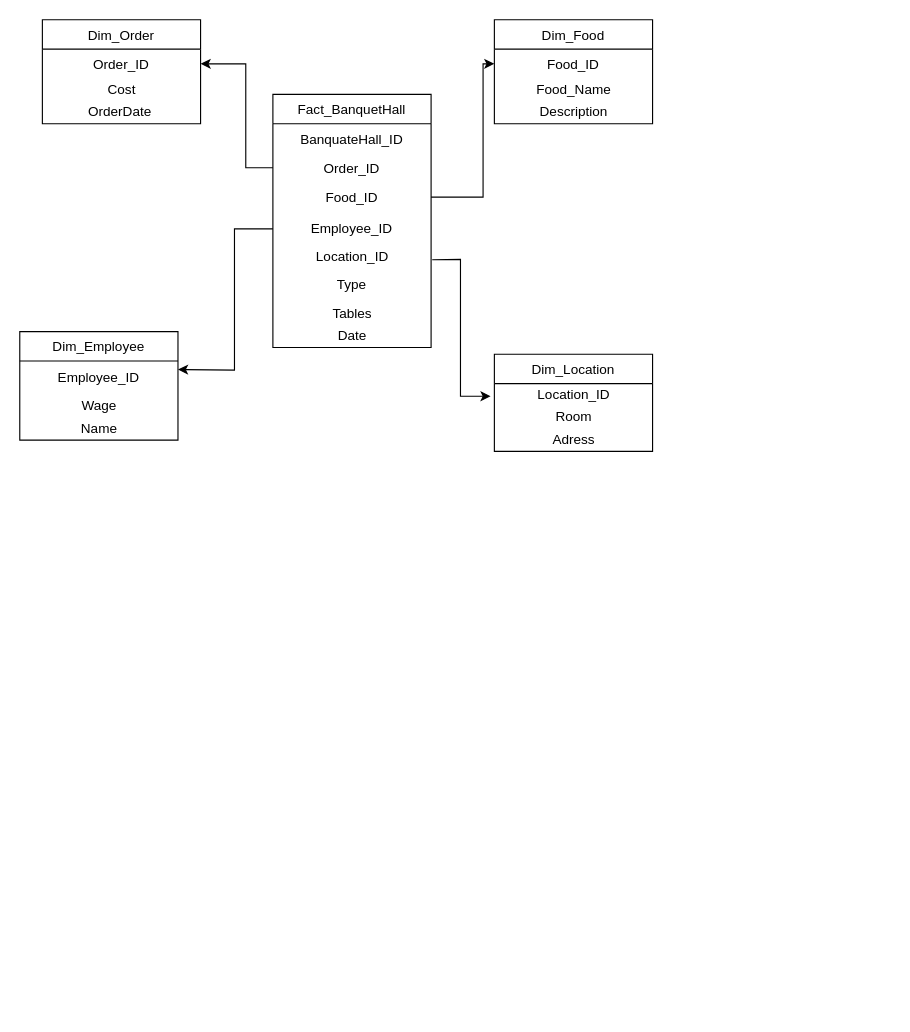
Above: Untitled Diagram.drawio in Tokiboyo/Tokiboyo (draw.io), before the change. Source tidied: cells renumbered, new cells numbered last; positions are measured from the earlier drawing's top-left corner, leaving out a move shared by most shapes. Both pictures are drawn from the tidied source at 113%, with x=0, y=0 at pixel (19, 19).
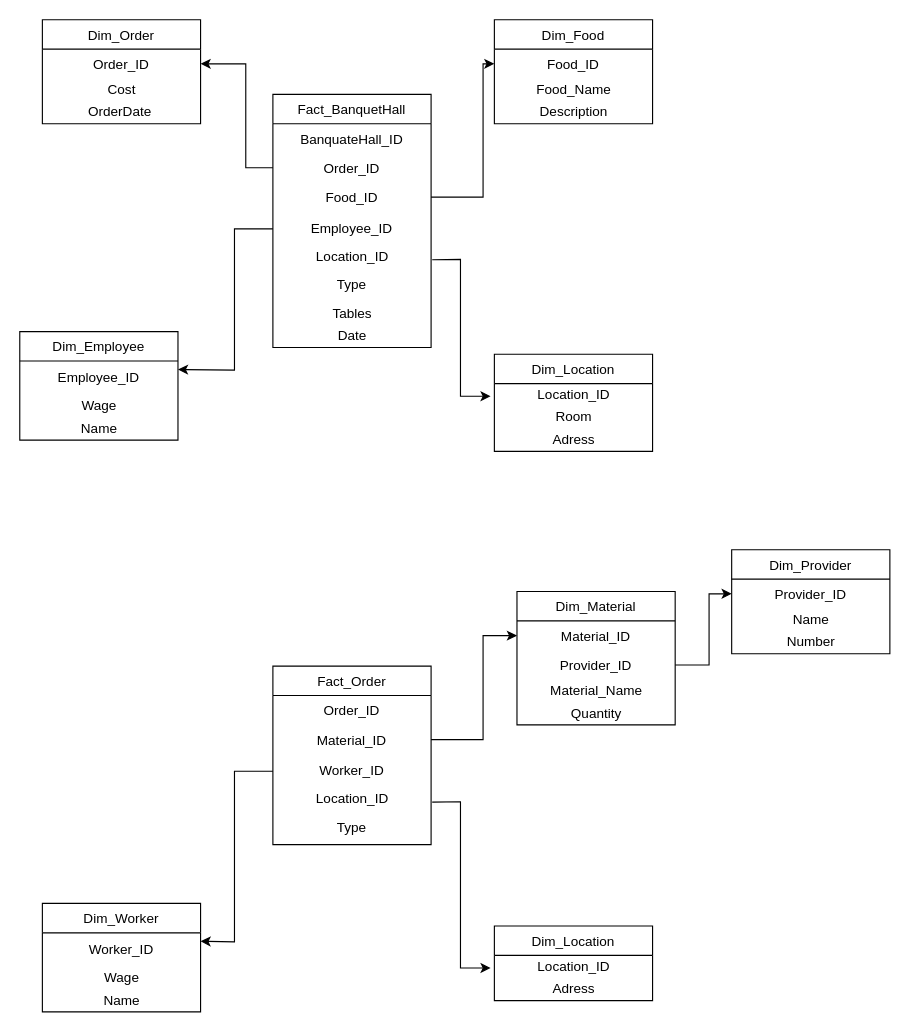
Above is the later version.

Diff of the diagram source:
```diff
@@
+    <mxCell id="31" value="Fact_Order" style="swimlane;fontStyle=0;horizontal=1;startSize=26;fillColor=none;" parent="1" vertex="1">
+      <mxGeometry x="224" y="572" width="140" height="158" as="geometry" />
+    </mxCell>
+    <mxCell id="32" value="Order_ID" style="text;strokeColor=none;fillColor=none;align=center;verticalAlign=top;spacingLeft=4;spacingRight=4;overflow=hidden;" parent="31" vertex="1">
+      <mxGeometry y="26" width="140" height="26" as="geometry" />
+    </mxCell>
+    <mxCell id="33" value="Material_ID&#10;" style="text;strokeColor=none;fillColor=none;align=center;verticalAlign=top;spacingLeft=4;spacingRight=4;overflow=hidden;points=[[0,0.5],[1,0.5]];portConstraint=eastwest;" parent="31" vertex="1">
+      <mxGeometry y="52" width="140" height="26" as="geometry" />
+    </mxCell>
+    <mxCell id="34" value="Worker_ID" style="text;html=1;strokeColor=none;fillColor=none;align=center;verticalAlign=middle;whiteSpace=wrap;rounded=0;" parent="31" vertex="1">
+      <mxGeometry y="78" width="140" height="30" as="geometry" />
+    </mxCell>
+    <mxCell id="35" value="Location_ID" style="text;html=1;align=center;verticalAlign=middle;points=[];strokeColor=none;fillColor=none;" parent="31" vertex="1">
+      <mxGeometry y="108" width="140" height="20" as="geometry" />
+    </mxCell>
+    <mxCell id="36" value="Type&lt;br&gt;" style="text;html=1;strokeColor=none;fillColor=none;align=center;verticalAlign=middle;whiteSpace=wrap;rounded=0;" parent="31" vertex="1">
+      <mxGeometry y="128" width="140" height="30" as="geometry" />
+    </mxCell>
+    <mxCell id="37" value="Dim_Worker" style="swimlane;fontStyle=0;horizontal=1;startSize=26;fillColor=none;" parent="1" vertex="1">
+      <mxGeometry x="20" y="782" width="140" height="96" as="geometry" />
+    </mxCell>
+    <mxCell id="38" value="Worker_ID" style="text;html=1;strokeColor=none;fillColor=none;align=center;verticalAlign=middle;whiteSpace=wrap;rounded=0;" parent="37" vertex="1">
+      <mxGeometry y="26" width="140" height="30" as="geometry" />
+    </mxCell>
+    <mxCell id="39" value="Wage" style="text;html=1;align=center;verticalAlign=middle;strokeColor=none;fillColor=none;" parent="37" vertex="1">
+      <mxGeometry y="56" width="140" height="20" as="geometry" />
+    </mxCell>
+    <mxCell id="40" value="Name&lt;br&gt;" style="text;html=1;align=center;verticalAlign=middle;strokeColor=none;fillColor=none;" parent="37" vertex="1">
+      <mxGeometry y="76" width="140" height="20" as="geometry" />
+    </mxCell>
+    <mxCell id="41" value="Dim_Location" style="swimlane;fontStyle=0;horizontal=1;startSize=26;fillColor=none;" parent="1" vertex="1">
+      <mxGeometry x="420" y="802" width="140" height="66" as="geometry" />
+    </mxCell>
+    <mxCell id="42" value="Location_ID" style="text;html=1;align=center;verticalAlign=middle;points=[];strokeColor=none;fillColor=none;" parent="41" vertex="1">
+      <mxGeometry y="26" width="140" height="20" as="geometry" />
+    </mxCell>
+    <mxCell id="43" value="Adress" style="text;html=1;align=center;verticalAlign=middle;strokeColor=none;fillColor=none;" parent="41" vertex="1">
+      <mxGeometry y="46" width="140" height="20" as="geometry" />
+    </mxCell>
+    <mxCell id="44" value="Dim_Material" style="swimlane;fontStyle=0;horizontal=1;startSize=26;fillColor=none;" parent="1" vertex="1">
+      <mxGeometry x="440" y="506" width="140" height="118" as="geometry" />
+    </mxCell>
+    <mxCell id="45" value="Material_ID&#10;" style="text;strokeColor=none;fillColor=none;align=center;verticalAlign=top;spacingLeft=4;spacingRight=4;overflow=hidden;points=[[0,0.5],[1,0.5]];portConstraint=eastwest;" parent="44" vertex="1">
+      <mxGeometry y="26" width="140" height="26" as="geometry" />
+    </mxCell>
+    <mxCell id="46" value="Provider_ID&#10;" style="text;strokeColor=none;fillColor=none;align=center;verticalAlign=top;spacingLeft=4;spacingRight=4;overflow=hidden;points=[[0,0.5],[1,0.5]];portConstraint=eastwest;" parent="44" vertex="1">
+      <mxGeometry y="52" width="140" height="26" as="geometry" />
+    </mxCell>
+    <mxCell id="47" value="Material_Name" style="text;html=1;align=center;verticalAlign=middle;strokeColor=none;fillColor=none;" parent="44" vertex="1">
+      <mxGeometry y="78" width="140" height="20" as="geometry" />
+    </mxCell>
+    <mxCell id="48" value="Quantity" style="text;html=1;align=center;verticalAlign=middle;strokeColor=none;fillColor=none;" parent="44" vertex="1">
+      <mxGeometry y="98" width="140" height="20" as="geometry" />
+    </mxCell>
+    <mxCell id="49" style="endArrow=classic;html=1;rounded=0;exitX=1.007;exitY=0.617;exitDx=0;exitDy=0;exitPerimeter=0;entryX=-0.024;entryY=0.558;entryDx=0;entryDy=0;entryPerimeter=0;" parent="1" edge="1" source="35" target="42">
+      <mxGeometry relative="1" as="geometry">
+        <Array as="points">
+          <mxPoint x="390" y="692" />
+          <mxPoint x="390" y="839" />
+        </Array>
+      </mxGeometry>
+    </mxCell>
+    <mxCell id="50" style="endArrow=classic;html=1;rounded=0;exitX=0;exitY=0.5;exitDx=0;exitDy=0;entryX=1;entryY=0.25;entryDx=0;entryDy=0;" parent="1" edge="1" source="34" target="38">
+      <mxGeometry relative="1" as="geometry">
+        <Array as="points">
+          <mxPoint x="190" y="665" />
+          <mxPoint x="190" y="816" />
+        </Array>
+      </mxGeometry>
+    </mxCell>
+    <mxCell id="51" style="endArrow=classic;html=1;rounded=0;exitX=1;exitY=0.5;exitDx=0;exitDy=0;entryX=0;entryY=0.5;entryDx=0;entryDy=0;" parent="1" edge="1" source="33" target="45">
+      <mxGeometry relative="1" as="geometry">
+        <Array as="points">
+          <mxPoint x="410" y="637" />
+          <mxPoint x="410" y="545" />
+        </Array>
+      </mxGeometry>
+    </mxCell>
+    <mxCell id="52" value="Dim_Provider" style="swimlane;fontStyle=0;horizontal=1;startSize=26;fillColor=none;" parent="1" vertex="1">
+      <mxGeometry x="630" y="469" width="140" height="92" as="geometry" />
+    </mxCell>
+    <mxCell id="53" value="Provider_ID&#10;" style="text;strokeColor=none;fillColor=none;align=center;verticalAlign=top;spacingLeft=4;spacingRight=4;overflow=hidden;points=[[0,0.5],[1,0.5]];portConstraint=eastwest;" parent="52" vertex="1">
+      <mxGeometry y="26" width="140" height="26" as="geometry" />
+    </mxCell>
+    <mxCell id="54" value="Name" style="text;html=1;align=center;verticalAlign=middle;strokeColor=none;fillColor=none;" parent="52" vertex="1">
+      <mxGeometry y="52" width="140" height="20" as="geometry" />
+    </mxCell>
+    <mxCell id="55" value="Number" style="text;html=1;align=center;verticalAlign=middle;strokeColor=none;fillColor=none;" parent="52" vertex="1">
+      <mxGeometry y="72" width="140" height="20" as="geometry" />
+    </mxCell>
+    <mxCell id="56" style="endArrow=classic;html=1;rounded=0;exitX=1;exitY=0.5;exitDx=0;exitDy=0;entryX=0;entryY=0.5;entryDx=0;entryDy=0;" parent="1" edge="1" source="46" target="53">
+      <mxGeometry relative="1" as="geometry">
+        <Array as="points">
+          <mxPoint x="610" y="571" />
+          <mxPoint x="610" y="508" />
+        </Array>
+      </mxGeometry>
+    </mxCell>
```
